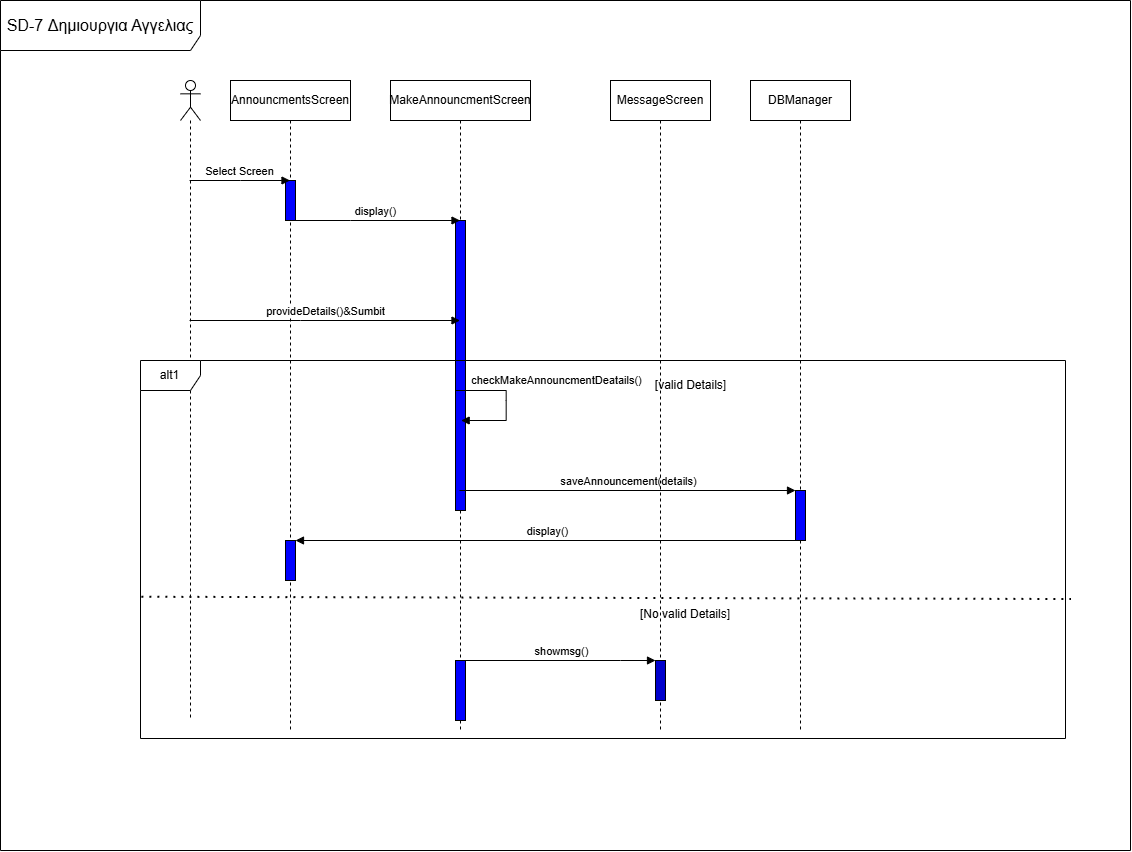
This is SDiagram-7.png from GeorgeTsav/Software-Technology---Project-2024-2025, a draw.io export, as it was before one commit. Source tidied: cells renumbered, new cells last; positions are measured from the earlier drawing's top-left corner, leaving out a move shared by most shapes. The source it was exported from:
```xml
<mxGraphModel>
  <root>
    <mxCell id="0" />
    <mxCell id="1" parent="0" />
    <mxCell id="2" style="shape=umlLifeline;perimeter=lifelinePerimeter;whiteSpace=wrap;html=1;outlineConnect=0;portConstraint=eastwest;newEdgeStyle={&quot;curved&quot;:0,&quot;rounded&quot;:0};participant=umlActor;" parent="1" vertex="1">
      <mxGeometry x="180" y="80" width="20" height="640" as="geometry" />
    </mxCell>
    <mxCell id="3" value="AnnouncmentsScreen" style="shape=umlLifeline;perimeter=lifelinePerimeter;whiteSpace=wrap;html=1;outlineConnect=0;portConstraint=eastwest;newEdgeStyle={&quot;curved&quot;:0,&quot;rounded&quot;:0};" parent="1" vertex="1">
      <mxGeometry x="230" y="80" width="120" height="650" as="geometry" />
    </mxCell>
    <mxCell id="4" style="html=1;perimeter=orthogonalPerimeter;targetShapes=umlLifeline;newEdgeStyle={&quot;curved&quot;:0,&quot;rounded&quot;:0};fillColor=#0000FF;" parent="3" vertex="1">
      <mxGeometry x="55" y="100" width="10" height="40" as="geometry" />
    </mxCell>
    <mxCell id="5" value="Select Screen" style="html=1;verticalAlign=bottom;endArrow=block;curved=0;rounded=0;" parent="1" edge="1" source="2" target="3">
      <mxGeometry relative="1" as="geometry">
        <Array as="points">
          <mxPoint x="240" y="180" />
        </Array>
      </mxGeometry>
    </mxCell>
    <mxCell id="6" value="MakeAnnouncmentScreen" style="shape=umlLifeline;perimeter=lifelinePerimeter;whiteSpace=wrap;html=1;outlineConnect=0;portConstraint=eastwest;newEdgeStyle={&quot;curved&quot;:0,&quot;rounded&quot;:0};" parent="1" vertex="1">
      <mxGeometry x="390" y="80" width="140" height="650" as="geometry" />
    </mxCell>
    <mxCell id="7" style="html=1;perimeter=orthogonalPerimeter;targetShapes=umlLifeline;newEdgeStyle={&quot;curved&quot;:0,&quot;rounded&quot;:0};fillColor=#0000FF;" parent="6" vertex="1">
      <mxGeometry x="65" y="140" width="10" height="290" as="geometry" />
    </mxCell>
    <mxCell id="8" value="checkMakeAnnouncmentDeatails()" style="html=1;verticalAlign=bottom;endArrow=block;curved=0;rounded=0;" parent="6" edge="1">
      <mxGeometry x="-0.2" y="50" relative="1" as="geometry">
        <mxPoint x="65" y="310" as="sourcePoint" />
        <mxPoint x="70.7" y="340" as="targetPoint" />
        <Array as="points">
          <mxPoint x="115.7" y="310" />
          <mxPoint x="115.7" y="320" />
          <mxPoint x="115.7" y="340" />
        </Array>
      </mxGeometry>
    </mxCell>
    <mxCell id="9" value="display()" style="html=1;verticalAlign=bottom;endArrow=block;curved=0;rounded=0;" parent="1" edge="1" source="3" target="6">
      <mxGeometry relative="1" as="geometry">
        <Array as="points">
          <mxPoint x="350" y="220" />
        </Array>
      </mxGeometry>
    </mxCell>
    <mxCell id="10" value="DBManager" style="shape=umlLifeline;perimeter=lifelinePerimeter;whiteSpace=wrap;html=1;outlineConnect=0;portConstraint=eastwest;newEdgeStyle={&quot;curved&quot;:0,&quot;rounded&quot;:0};" parent="1" vertex="1">
      <mxGeometry x="750" y="80" width="100" height="650" as="geometry" />
    </mxCell>
    <mxCell id="11" value="provideDetails()&amp;amp;Sumbit" style="html=1;verticalAlign=bottom;endArrow=block;curved=0;rounded=0;" parent="1" edge="1" source="2" target="6">
      <mxGeometry relative="1" as="geometry">
        <Array as="points">
          <mxPoint x="300" y="320" />
        </Array>
      </mxGeometry>
    </mxCell>
    <mxCell id="12" value="alt1" style="shape=umlFrame;whiteSpace=wrap;html=1;" parent="1" vertex="1">
      <mxGeometry x="140" y="360" width="925" height="378" as="geometry" />
    </mxCell>
    <mxCell id="13" value="[valid Details]" style="text;html=1;align=center;verticalAlign=middle;strokeColor=none;fillColor=none;" parent="1" vertex="1">
      <mxGeometry x="645" y="370" width="90" height="30" as="geometry" />
    </mxCell>
    <mxCell id="14" value="saveAnnouncement(details)" style="html=1;verticalAlign=bottom;endArrow=block;curved=0;rounded=0;" parent="1" edge="1" source="6" target="15">
      <mxGeometry relative="1" as="geometry" />
    </mxCell>
    <mxCell id="15" style="html=1;points=[[0,0,0,0,5],[0,1,0,0,-5],[1,0,0,0,5],[1,1,0,0,-5]];perimeter=orthogonalPerimeter;outlineConnect=0;targetShapes=umlLifeline;portConstraint=eastwest;newEdgeStyle={&quot;curved&quot;:0,&quot;rounded&quot;:0};fillColor=#0000FF;" parent="1" vertex="1">
      <mxGeometry x="795" y="490" width="10" height="50" as="geometry" />
    </mxCell>
    <mxCell id="16" value="display()" style="html=1;verticalAlign=bottom;endArrow=block;curved=0;rounded=0;" parent="1" edge="1" source="10" target="23">
      <mxGeometry relative="1" as="geometry" />
    </mxCell>
    <mxCell id="17" style="endArrow=none;dashed=1;html=1;dashPattern=1 3;strokeWidth=2;rounded=0;exitX=0.001;exitY=0.625;exitDx=0;exitDy=0;exitPerimeter=0;entryX=1.006;entryY=0.631;entryDx=0;entryDy=0;entryPerimeter=0;" parent="1" edge="1" source="12" target="12">
      <mxGeometry relative="1" as="geometry" />
    </mxCell>
    <mxCell id="18" value="[No valid Details]" style="text;whiteSpace=wrap;html=1;" parent="1" vertex="1">
      <mxGeometry x="637.5" y="600" width="180" height="40" as="geometry" />
    </mxCell>
    <mxCell id="19" style="html=1;points=[[0,0,0,0,5],[0,1,0,0,-5],[1,0,0,0,5],[1,1,0,0,-5]];perimeter=orthogonalPerimeter;outlineConnect=0;targetShapes=umlLifeline;portConstraint=eastwest;newEdgeStyle={&quot;curved&quot;:0,&quot;rounded&quot;:0};fillColor=#0000FF;" parent="1" vertex="1">
      <mxGeometry x="455" y="660" width="10" height="60" as="geometry" />
    </mxCell>
    <mxCell id="20" value="showmsg()" style="html=1;verticalAlign=bottom;endArrow=block;curved=0;rounded=0;" parent="1" edge="1" source="19" target="22">
      <mxGeometry relative="1" as="geometry">
        <Array as="points">
          <mxPoint x="620" y="660" />
        </Array>
      </mxGeometry>
    </mxCell>
    <mxCell id="21" value="MessageScreen" style="shape=umlLifeline;perimeter=lifelinePerimeter;whiteSpace=wrap;html=1;newEdgeStyle={&quot;curved&quot;:0,&quot;rounded&quot;:0};" parent="1" vertex="1">
      <mxGeometry x="610" y="80" width="100" height="650" as="geometry" />
    </mxCell>
    <mxCell id="22" style="html=1;points=[[0,0,0,0,5],[0,1,0,0,-5],[1,0,0,0,5],[1,1,0,0,-5]];perimeter=orthogonalPerimeter;outlineConnect=0;targetShapes=umlLifeline;portConstraint=eastwest;newEdgeStyle={&quot;curved&quot;:0,&quot;rounded&quot;:0};fillColor=#0000CC;" parent="21" vertex="1">
      <mxGeometry x="45" y="580" width="10" height="40" as="geometry" />
    </mxCell>
    <mxCell id="23" style="html=1;points=[[0,0,0,0,5],[0,1,0,0,-5],[1,0,0,0,5],[1,1,0,0,-5]];perimeter=orthogonalPerimeter;outlineConnect=0;targetShapes=umlLifeline;portConstraint=eastwest;newEdgeStyle={&quot;curved&quot;:0,&quot;rounded&quot;:0};fillColor=#0000FF;" parent="1" vertex="1">
      <mxGeometry x="285" y="540" width="10" height="40" as="geometry" />
    </mxCell>
    <mxCell id="24" value="&lt;font style=&quot;font-size: 16px;&quot;&gt;SD-7 Δημιουργια Αγγελιας&lt;/font&gt;" style="shape=umlFrame;whiteSpace=wrap;html=1;width=200;height=50;" parent="1" vertex="1">
      <mxGeometry width="1130" height="850" as="geometry" />
    </mxCell>
  </root>
</mxGraphModel>
```
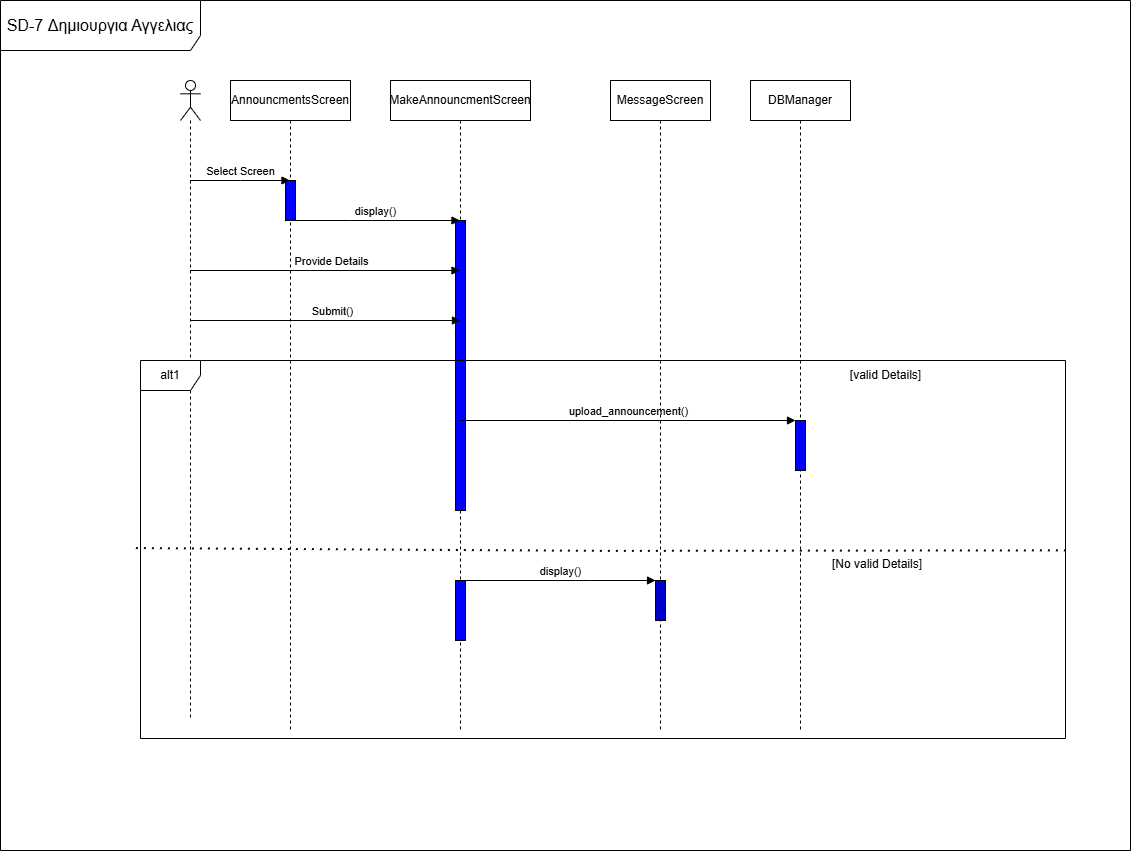
The same diagram one commit later.

Diff of the diagram source:
```diff
@@ -24,17 +24,6 @@
     <mxCell id="7" style="html=1;perimeter=orthogonalPerimeter;targetShapes=umlLifeline;newEdgeStyle={&quot;curved&quot;:0,&quot;rounded&quot;:0};fillColor=#0000FF;" parent="6" vertex="1">
       <mxGeometry x="65" y="140" width="10" height="290" as="geometry" />
     </mxCell>
-    <mxCell id="8" value="checkMakeAnnouncmentDeatails()" style="html=1;verticalAlign=bottom;endArrow=block;curved=0;rounded=0;" parent="6" edge="1">
-      <mxGeometry x="-0.2" y="50" relative="1" as="geometry">
-        <mxPoint x="65" y="310" as="sourcePoint" />
-        <mxPoint x="70.7" y="340" as="targetPoint" />
-        <Array as="points">
-          <mxPoint x="115.7" y="310" />
-          <mxPoint x="115.7" y="320" />
-          <mxPoint x="115.7" y="340" />
-        </Array>
-      </mxGeometry>
-    </mxCell>
     <mxCell id="9" value="display()" style="html=1;verticalAlign=bottom;endArrow=block;curved=0;rounded=0;" parent="1" edge="1" source="3" target="6">
       <mxGeometry relative="1" as="geometry">
         <Array as="points">
@@ -45,41 +34,45 @@
     <mxCell id="10" value="DBManager" style="shape=umlLifeline;perimeter=lifelinePerimeter;whiteSpace=wrap;html=1;outlineConnect=0;portConstraint=eastwest;newEdgeStyle={&quot;curved&quot;:0,&quot;rounded&quot;:0};" parent="1" vertex="1">
       <mxGeometry x="750" y="80" width="100" height="650" as="geometry" />
     </mxCell>
-    <mxCell id="11" value="provideDetails()&amp;amp;Sumbit" style="html=1;verticalAlign=bottom;endArrow=block;curved=0;rounded=0;" parent="1" edge="1" source="2" target="6">
-      <mxGeometry relative="1" as="geometry">
+    <mxCell id="11" value="Provide Details" style="html=1;verticalAlign=bottom;endArrow=block;curved=0;rounded=0;" parent="1" edge="1" source="2" target="6">
+      <mxGeometry x="0.04" relative="1" as="geometry">
         <Array as="points">
-          <mxPoint x="300" y="320" />
+          <mxPoint x="310" y="270" />
         </Array>
+        <mxPoint x="1" as="offset" />
       </mxGeometry>
     </mxCell>
     <mxCell id="12" value="alt1" style="shape=umlFrame;whiteSpace=wrap;html=1;" parent="1" vertex="1">
       <mxGeometry x="140" y="360" width="925" height="378" as="geometry" />
     </mxCell>
     <mxCell id="13" value="[valid Details]" style="text;html=1;align=center;verticalAlign=middle;strokeColor=none;fillColor=none;" parent="1" vertex="1">
-      <mxGeometry x="645" y="370" width="90" height="30" as="geometry" />
+      <mxGeometry x="840" y="360" width="90" height="30" as="geometry" />
     </mxCell>
-    <mxCell id="14" value="saveAnnouncement(details)" style="html=1;verticalAlign=bottom;endArrow=block;curved=0;rounded=0;" parent="1" edge="1" source="6" target="15">
+    <mxCell id="14" value="upload_announcement()" style="html=1;verticalAlign=bottom;endArrow=block;curved=0;rounded=0;" parent="1" edge="1" source="6" target="15">
       <mxGeometry relative="1" as="geometry" />
     </mxCell>
     <mxCell id="15" style="html=1;points=[[0,0,0,0,5],[0,1,0,0,-5],[1,0,0,0,5],[1,1,0,0,-5]];perimeter=orthogonalPerimeter;outlineConnect=0;targetShapes=umlLifeline;portConstraint=eastwest;newEdgeStyle={&quot;curved&quot;:0,&quot;rounded&quot;:0};fillColor=#0000FF;" parent="1" vertex="1">
-      <mxGeometry x="795" y="490" width="10" height="50" as="geometry" />
+      <mxGeometry x="795" y="420" width="10" height="50" as="geometry" />
     </mxCell>
-    <mxCell id="16" value="display()" style="html=1;verticalAlign=bottom;endArrow=block;curved=0;rounded=0;" parent="1" edge="1" source="10" target="23">
-      <mxGeometry relative="1" as="geometry" />
-    </mxCell>
-    <mxCell id="17" style="endArrow=none;dashed=1;html=1;dashPattern=1 3;strokeWidth=2;rounded=0;exitX=0.001;exitY=0.625;exitDx=0;exitDy=0;exitPerimeter=0;entryX=1.006;entryY=0.631;entryDx=0;entryDy=0;entryPerimeter=0;" parent="1" edge="1" source="12" target="12">
-      <mxGeometry relative="1" as="geometry" />
+    <mxCell id="17" style="endArrow=none;dashed=1;html=1;dashPattern=1 3;strokeWidth=2;rounded=0;exitX=0.001;exitY=0.625;exitDx=0;exitDy=0;exitPerimeter=0;entryX=1.006;entryY=0.631;entryDx=0;entryDy=0;entryPerimeter=0;" parent="1" edge="1">
+      <mxGeometry relative="1" as="geometry">
+        <mxPoint x="135.4" y="547.6" as="sourcePoint" />
+        <mxPoint x="1065" y="549.9" as="targetPoint" />
+        <Array as="points">
+          <mxPoint x="604.5" y="550.4" />
+        </Array>
+      </mxGeometry>
     </mxCell>
     <mxCell id="18" value="[No valid Details]" style="text;whiteSpace=wrap;html=1;" parent="1" vertex="1">
-      <mxGeometry x="637.5" y="600" width="180" height="40" as="geometry" />
+      <mxGeometry x="830" y="550" width="180" height="40" as="geometry" />
     </mxCell>
     <mxCell id="19" style="html=1;points=[[0,0,0,0,5],[0,1,0,0,-5],[1,0,0,0,5],[1,1,0,0,-5]];perimeter=orthogonalPerimeter;outlineConnect=0;targetShapes=umlLifeline;portConstraint=eastwest;newEdgeStyle={&quot;curved&quot;:0,&quot;rounded&quot;:0};fillColor=#0000FF;" parent="1" vertex="1">
-      <mxGeometry x="455" y="660" width="10" height="60" as="geometry" />
+      <mxGeometry x="455" y="580" width="10" height="60" as="geometry" />
     </mxCell>
-    <mxCell id="20" value="showmsg()" style="html=1;verticalAlign=bottom;endArrow=block;curved=0;rounded=0;" parent="1" edge="1" source="19" target="22">
+    <mxCell id="20" value="display()" style="html=1;verticalAlign=bottom;endArrow=block;curved=0;rounded=0;" parent="1" edge="1" source="19" target="22">
       <mxGeometry relative="1" as="geometry">
         <Array as="points">
-          <mxPoint x="620" y="660" />
+          <mxPoint x="590" y="580" />
         </Array>
       </mxGeometry>
     </mxCell>
@@ -87,13 +80,16 @@
       <mxGeometry x="610" y="80" width="100" height="650" as="geometry" />
     </mxCell>
     <mxCell id="22" style="html=1;points=[[0,0,0,0,5],[0,1,0,0,-5],[1,0,0,0,5],[1,1,0,0,-5]];perimeter=orthogonalPerimeter;outlineConnect=0;targetShapes=umlLifeline;portConstraint=eastwest;newEdgeStyle={&quot;curved&quot;:0,&quot;rounded&quot;:0};fillColor=#0000CC;" parent="21" vertex="1">
-      <mxGeometry x="45" y="580" width="10" height="40" as="geometry" />
+      <mxGeometry x="45" y="500" width="10" height="40" as="geometry" />
     </mxCell>
-    <mxCell id="23" style="html=1;points=[[0,0,0,0,5],[0,1,0,0,-5],[1,0,0,0,5],[1,1,0,0,-5]];perimeter=orthogonalPerimeter;outlineConnect=0;targetShapes=umlLifeline;portConstraint=eastwest;newEdgeStyle={&quot;curved&quot;:0,&quot;rounded&quot;:0};fillColor=#0000FF;" parent="1" vertex="1">
-      <mxGeometry x="285" y="540" width="10" height="40" as="geometry" />
-    </mxCell>
     <mxCell id="24" value="&lt;font style=&quot;font-size: 16px;&quot;&gt;SD-7 Δημιουργια Αγγελιας&lt;/font&gt;" style="shape=umlFrame;whiteSpace=wrap;html=1;width=200;height=50;" parent="1" vertex="1">
       <mxGeometry width="1130" height="850" as="geometry" />
     </mxCell>
+    <mxCell id="25" value="Submit()" style="html=1;verticalAlign=bottom;endArrow=block;curved=0;rounded=0;" parent="1" edge="1" source="2">
+      <mxGeometry x="0.04" relative="1" as="geometry">
+        <mxPoint x="460" y="320" as="targetPoint" />
+        <mxPoint x="1" as="offset" />
+      </mxGeometry>
+    </mxCell>
   </root>
 </mxGraphModel>
```
